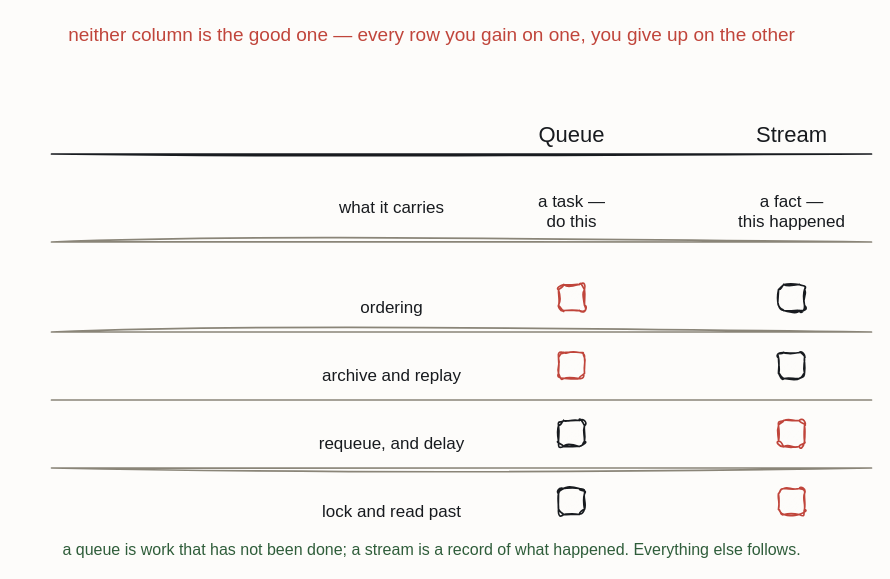
Before: resources/qs-capability-matrix.drawio in iancooper/practical-messaging, a draw.io diagram. Source tidied: cells renumbered, new cells numbered last; positions are measured from the earlier drawing's top-left corner, leaving out a move shared by most shapes. Both pictures are drawn from the tidied source at 100%, with x=0, y=0 at pixel (51, 17).
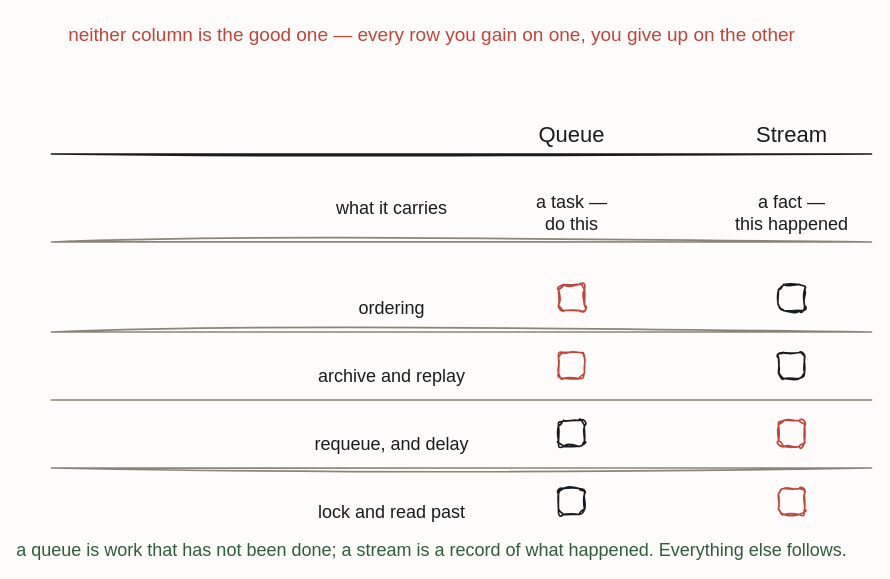
After the change.

Diff of the diagram source:
```diff
@@
-    <mxCell id="6" value="what it carries" style="text;html=1;align=center;fontFamily=Caveat;fontSize=17;fontColor=#181B1F;" parent="1" vertex="1">
+    <mxCell id="6" value="what it carries" style="text;html=1;align=center;fontFamily=Caveat;fontSize=18;fontColor=#181B1F;" parent="1" vertex="1">
       <mxGeometry x="280" y="174" width="120" height="20" as="geometry" />
     </mxCell>
-    <mxCell id="7" value="a task —&#10;do this" style="text;html=1;align=center;fontFamily=Caveat;fontSize=17;fontColor=#181B1F;" parent="1" vertex="1">
+    <mxCell id="7" value="a task —&#10;do this" style="text;html=1;align=center;fontFamily=Caveat;fontSize=18;fontColor=#181B1F;" parent="1" vertex="1">
       <mxGeometry x="460" y="168" width="120" height="20" as="geometry" />
     </mxCell>
-    <mxCell id="8" value="a fact —&#10;this happened" style="text;html=1;align=center;fontFamily=Caveat;fontSize=17;fontColor=#181B1F;" parent="1" vertex="1">
+    <mxCell id="8" value="a fact —&#10;this happened" style="text;html=1;align=center;fontFamily=Caveat;fontSize=18;fontColor=#181B1F;" parent="1" vertex="1">
       <mxGeometry x="680" y="168" width="120" height="20" as="geometry" />
     </mxCell>
@@
-    <mxCell id="10" value="ordering" style="text;html=1;align=center;fontFamily=Caveat;fontSize=17;fontColor=#181B1F;" parent="1" vertex="1">
+    <mxCell id="10" value="ordering" style="text;html=1;align=center;fontFamily=Caveat;fontSize=18;fontColor=#181B1F;" parent="1" vertex="1">
       <mxGeometry x="280" y="274" width="120" height="20" as="geometry" />
     </mxCell>
@@
-    <mxCell id="14" value="archive and replay" style="text;html=1;align=center;fontFamily=Caveat;fontSize=17;fontColor=#181B1F;" parent="1" vertex="1">
+    <mxCell id="14" value="archive and replay" style="text;html=1;align=center;fontFamily=Caveat;fontSize=18;fontColor=#181B1F;" parent="1" vertex="1">
       <mxGeometry x="280" y="342" width="120" height="20" as="geometry" />
     </mxCell>
@@
-    <mxCell id="18" value="requeue, and delay" style="text;html=1;align=center;fontFamily=Caveat;fontSize=17;fontColor=#181B1F;" parent="1" vertex="1">
+    <mxCell id="18" value="requeue, and delay" style="text;html=1;align=center;fontFamily=Caveat;fontSize=18;fontColor=#181B1F;" parent="1" vertex="1">
       <mxGeometry x="280" y="410" width="120" height="20" as="geometry" />
     </mxCell>
@@
-    <mxCell id="22" value="lock and read past" style="text;html=1;align=center;fontFamily=Caveat;fontSize=17;fontColor=#181B1F;" parent="1" vertex="1">
+    <mxCell id="22" value="lock and read past" style="text;html=1;align=center;fontFamily=Caveat;fontSize=18;fontColor=#181B1F;" parent="1" vertex="1">
       <mxGeometry x="280" y="478" width="120" height="20" as="geometry" />
     </mxCell>
@@
-    <mxCell id="25" value="a queue is work that has not been done; a stream is a record of what happened. Everything else follows." style="text;html=1;align=center;fontFamily=Caveat;fontSize=16;fontColor=#2F5D3A;" parent="1" vertex="1">
+    <mxCell id="25" value="a queue is work that has not been done; a stream is a record of what happened. Everything else follows." style="text;html=1;align=center;fontFamily=Caveat;fontSize=18;fontColor=#2F5D3A;" parent="1" vertex="1">
       <mxGeometry x="320" y="516" width="120" height="20" as="geometry" />
     </mxCell>
```
